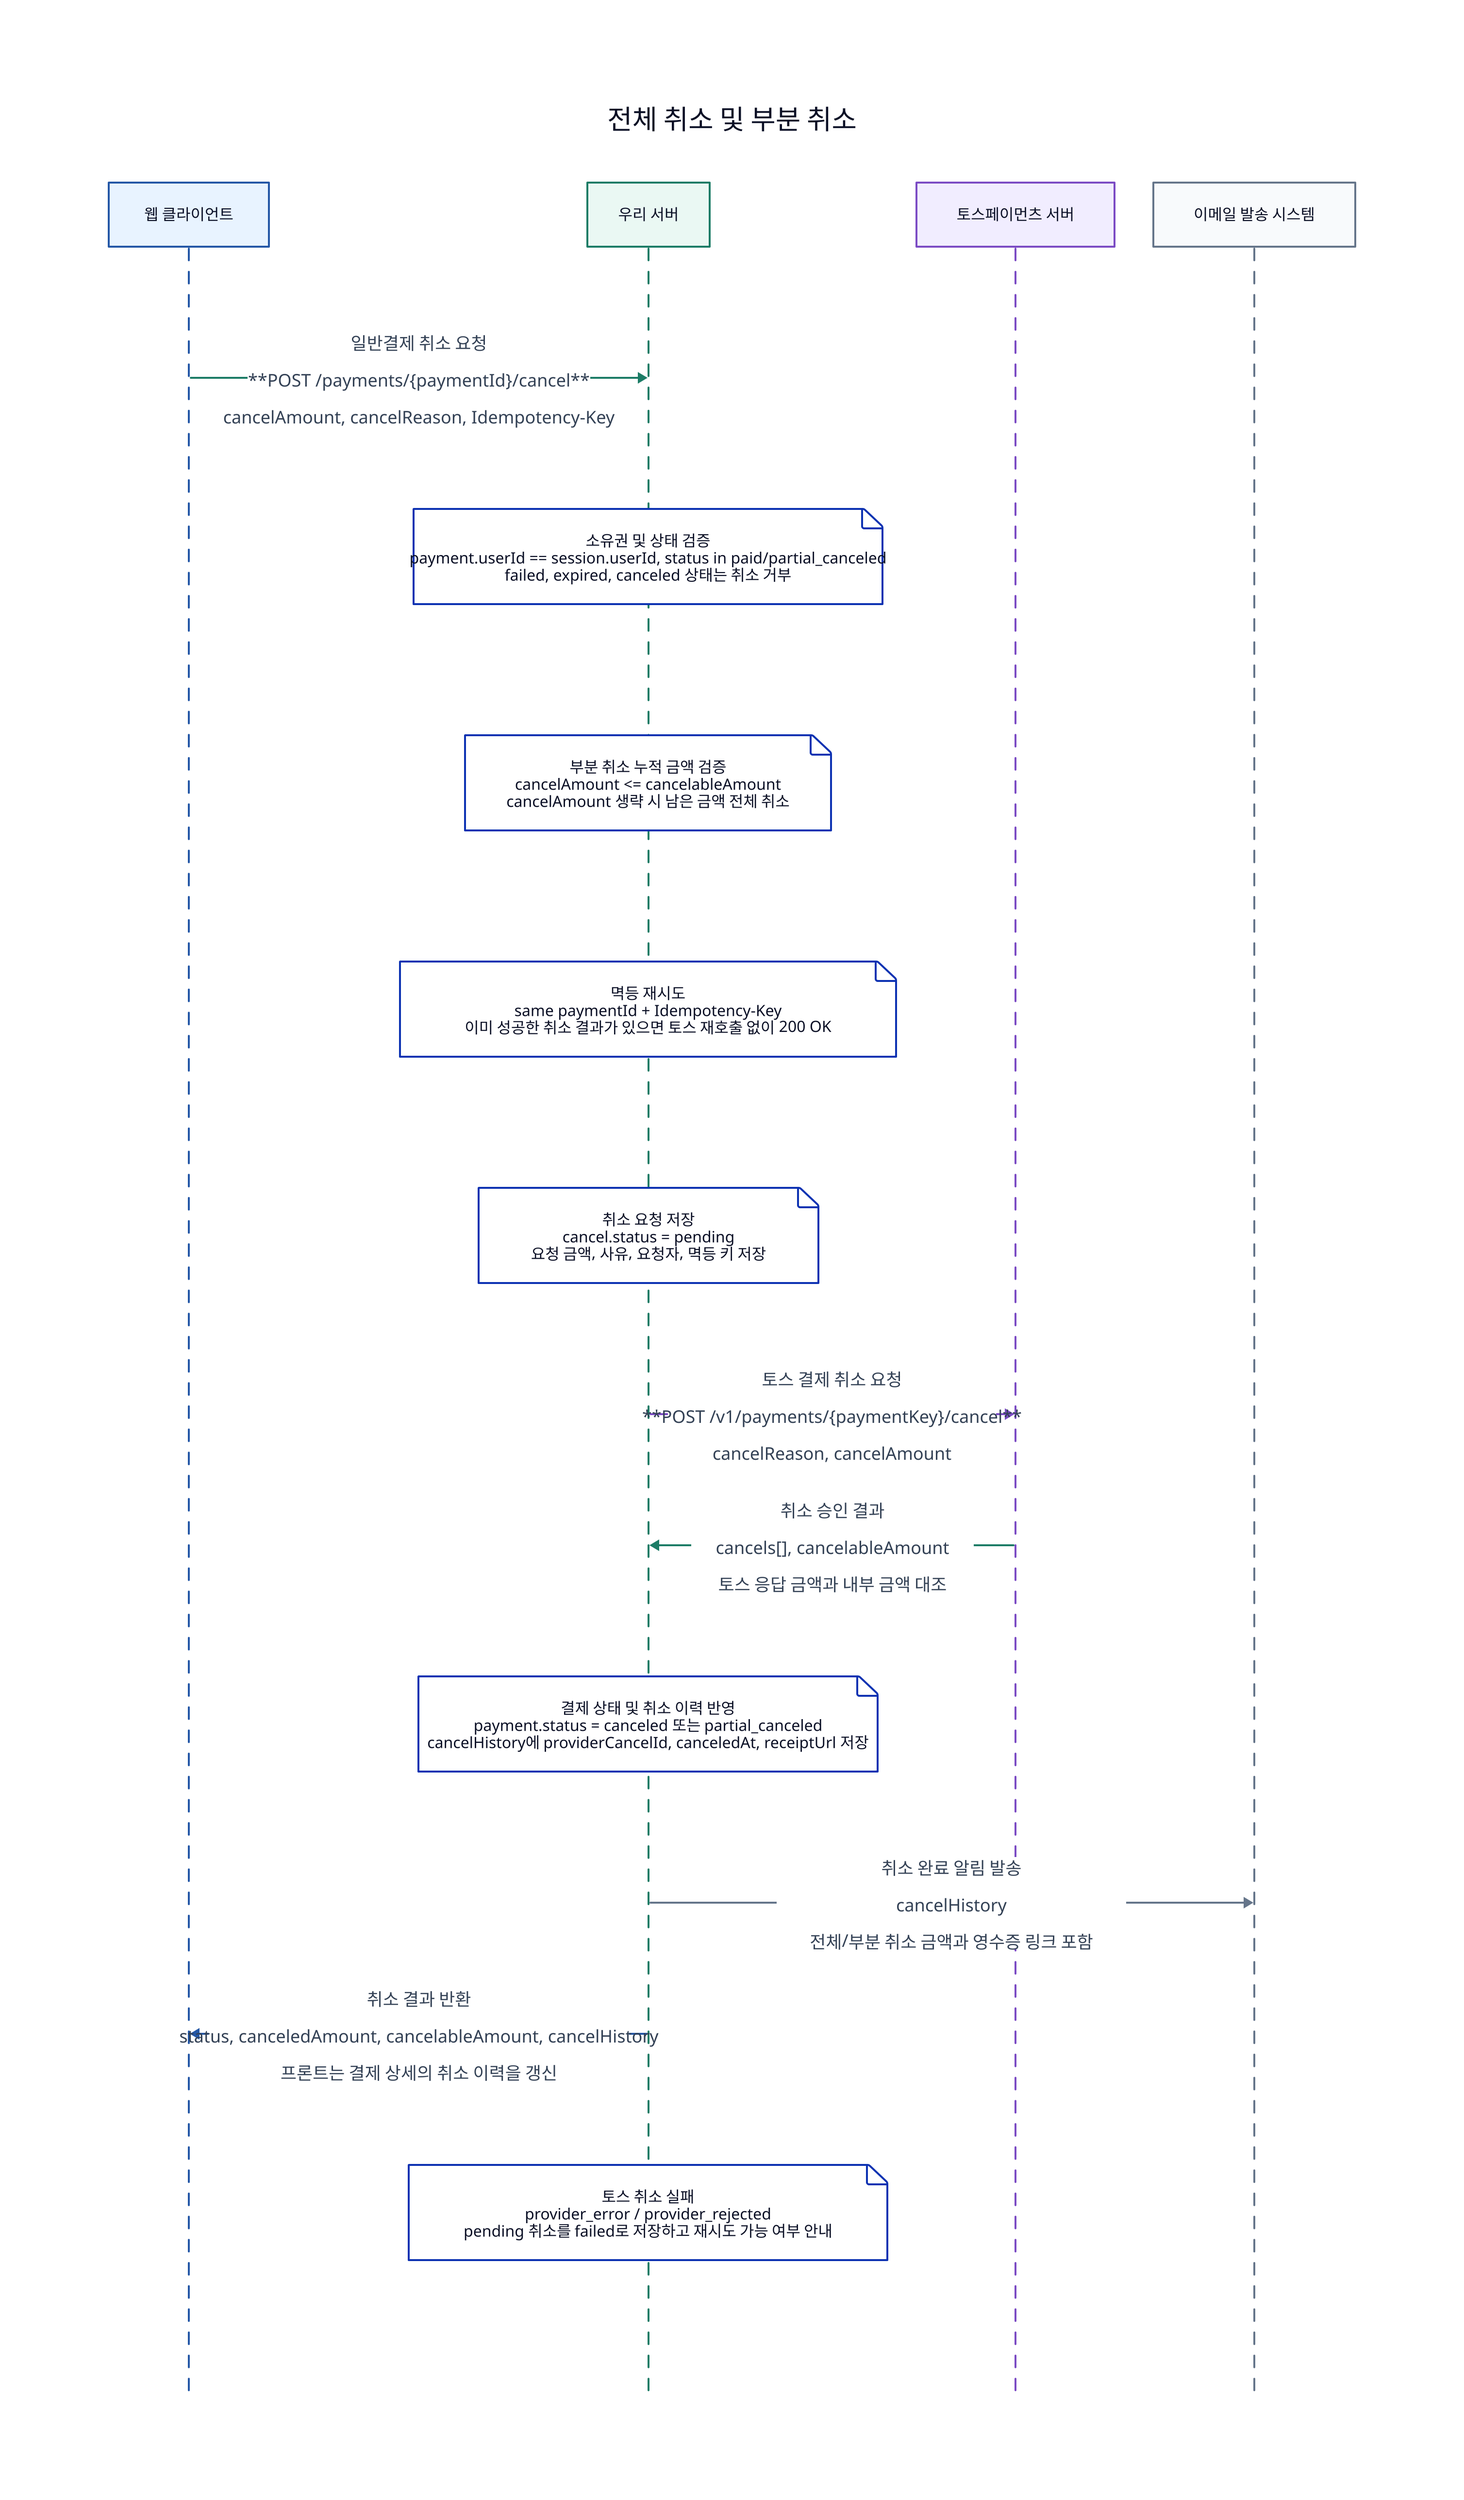
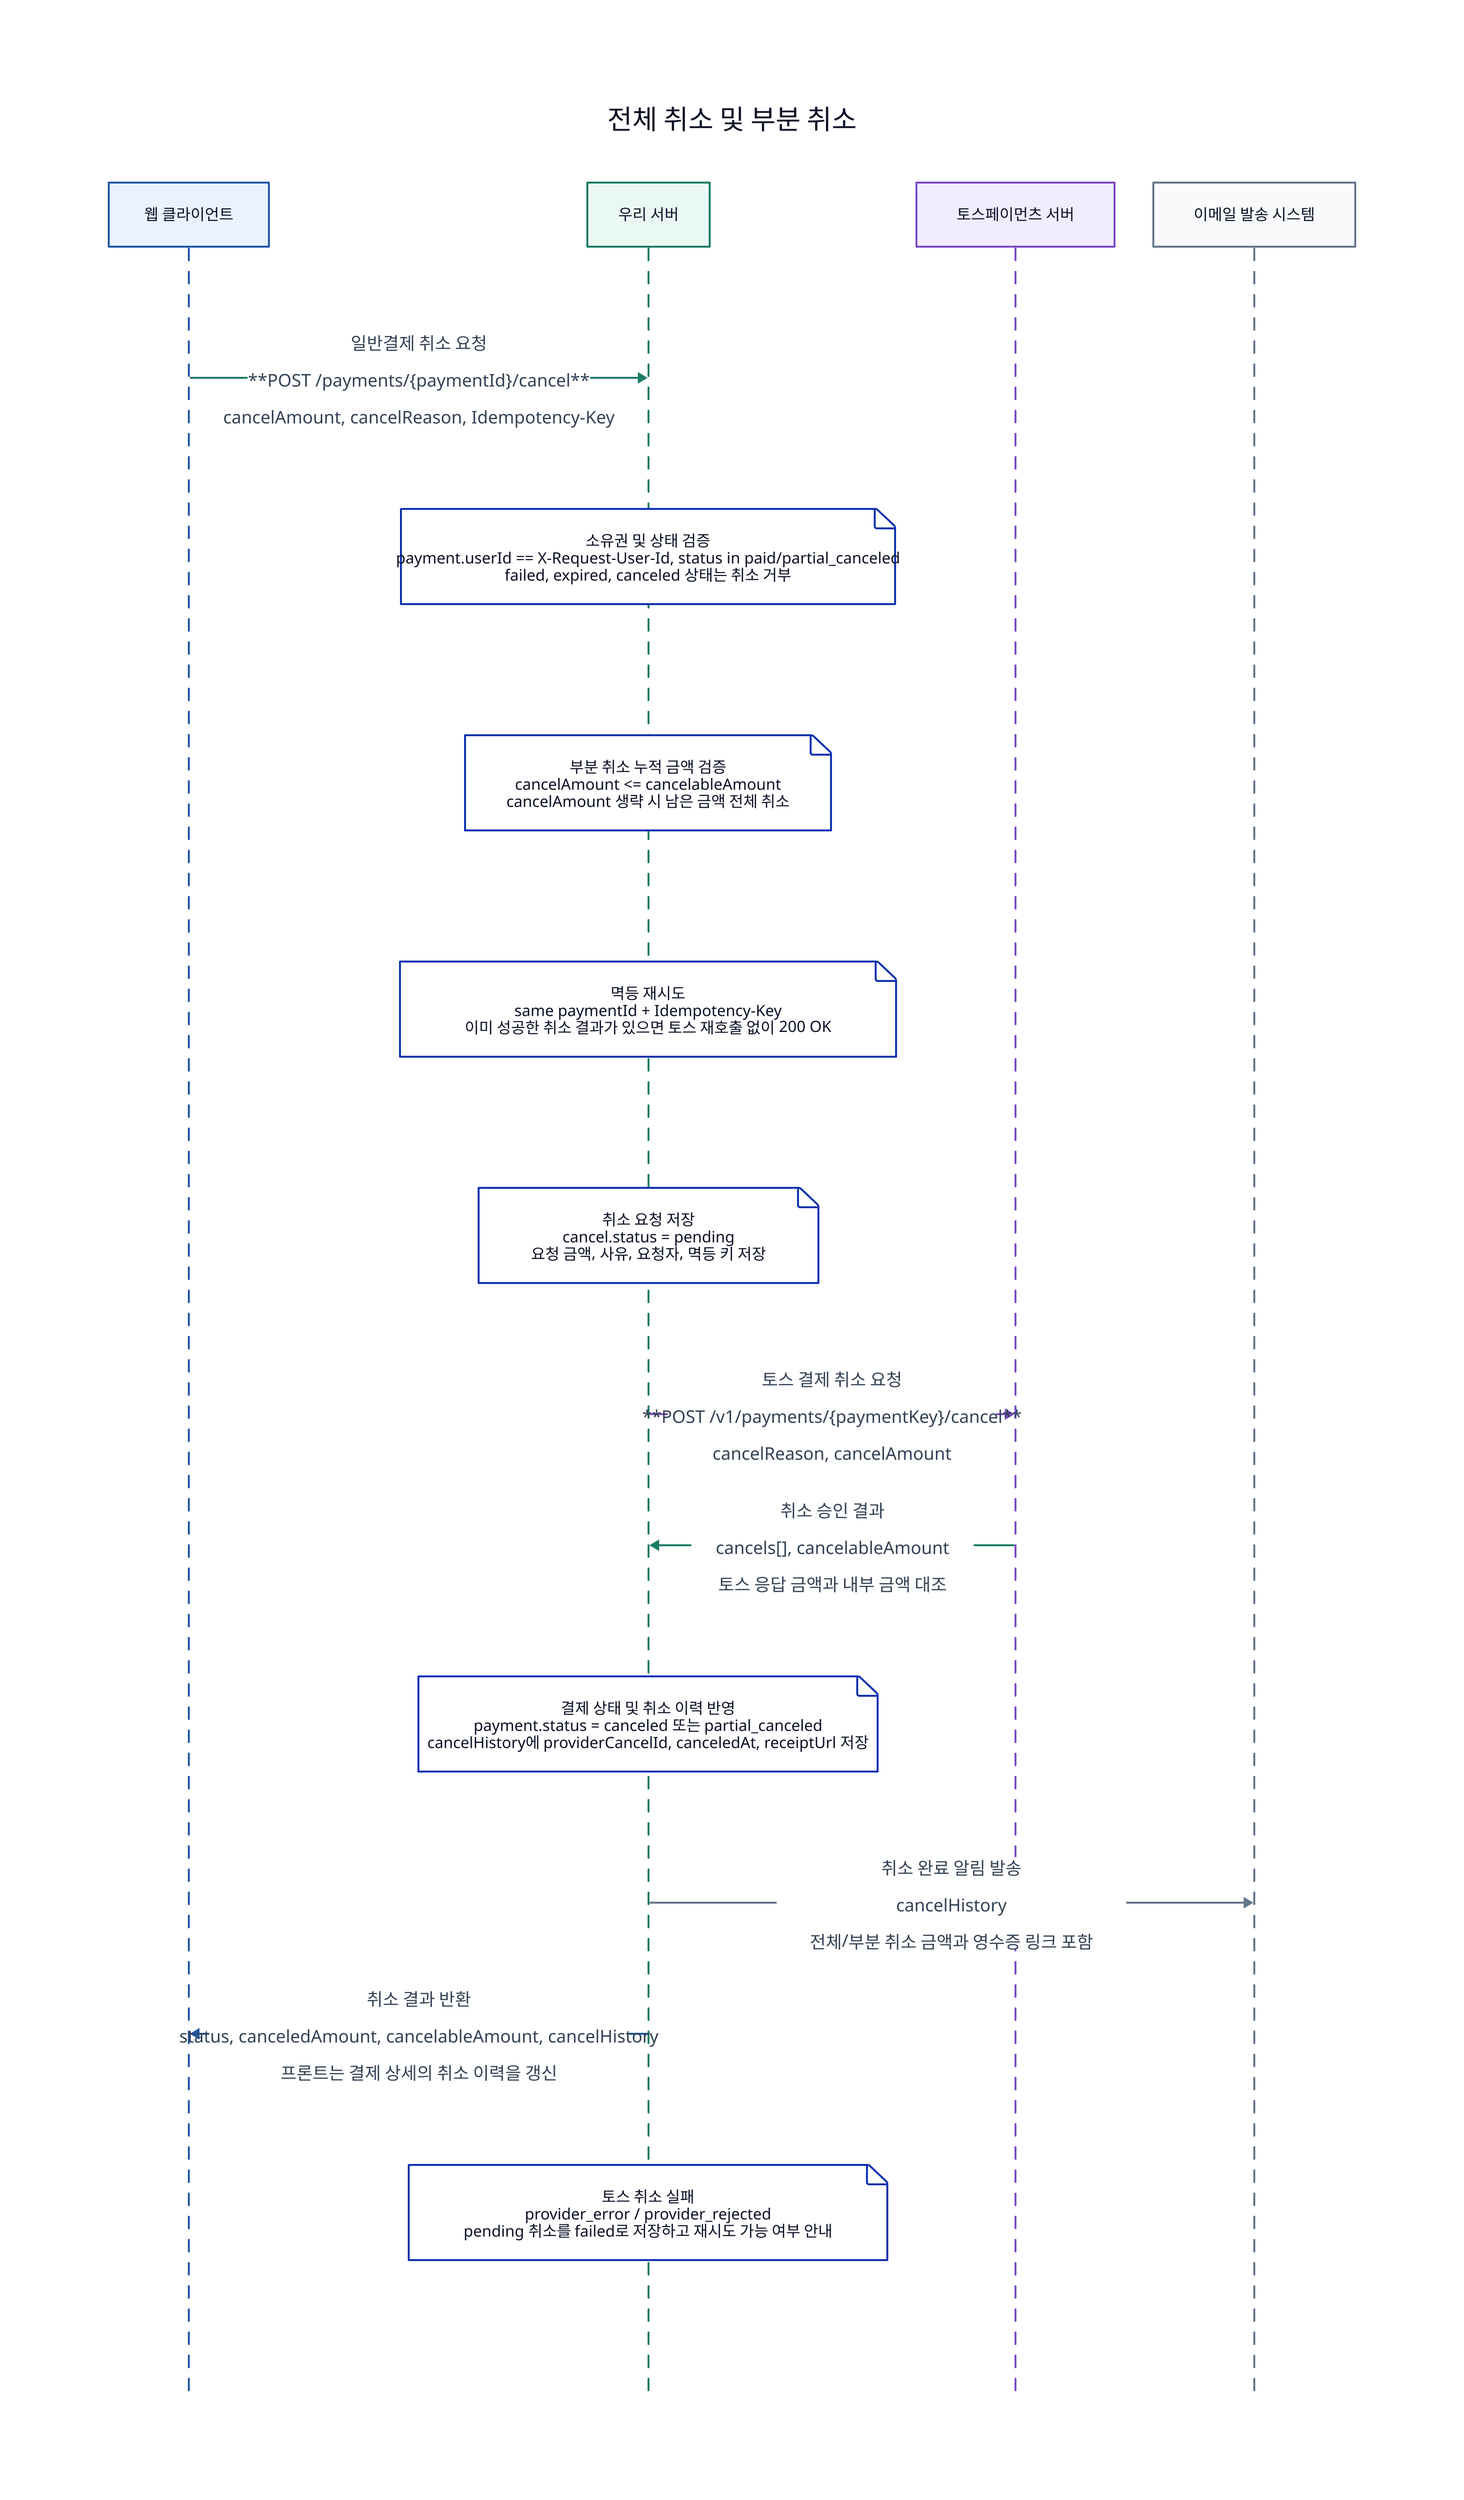
diagram: {
  shape: sequence_diagram
  label: "전체 취소 및 부분 취소"

  client: "웹 클라이언트"
  client.style.fill: "#e8f3ff"
  client.style.stroke: "#2457a6"
  server: "우리 서버"
  server.style.fill: "#eaf8f3"
  server.style.stroke: "#1c7c66"
  toss: "토스페이먼츠 서버"
  toss.style.fill: "#f1edff"
  toss.style.stroke: "#7b4bc4"
  email: "이메일 발송 시스템"
  email.style.fill: "#f8fafc"
  email.style.stroke: "#65758a"

  client -> server: |md
일반결제 취소 요청

**POST /payments/{paymentId}/cancel**

cancelAmount, cancelReason, Idempotency-Key
| {
    style.stroke: "#1c7c66"
    style.font-color: "#334155"
    style.font-size: 18
    style.italic: false
  }
-   server.note_2: "소유권 및 상태 검증\npayment.userId == session.userId, status in paid/partial_canceled\nfailed, expired, canceled 상태는 취소 거부"
+   server.note_2: "소유권 및 상태 검증\npayment.userId == X-Request-User-Id, status in paid/partial_canceled\nfailed, expired, canceled 상태는 취소 거부"
  server.note_3: "부분 취소 누적 금액 검증\ncancelAmount <= cancelableAmount\ncancelAmount 생략 시 남은 금액 전체 취소"
  server.note_4: "멱등 재시도\nsame paymentId + Idempotency-Key\n이미 성공한 취소 결과가 있으면 토스 재호출 없이 200 OK"
  server.note_5: "취소 요청 저장\ncancel.status = pending\n요청 금액, 사유, 요청자, 멱등 키 저장"
  server -> toss: |md
토스 결제 취소 요청

**POST /v1/payments/{paymentKey}/cancel**

cancelReason, cancelAmount
| {
    style.stroke: "#7b4bc4"
    style.font-color: "#334155"
    style.font-size: 18
    style.italic: false
  }
  toss -> server: |md
취소 승인 결과

cancels[], cancelableAmount

토스 응답 금액과 내부 금액 대조
| {
    style.stroke: "#1c7c66"
    style.font-color: "#334155"
    style.font-size: 18
    style.italic: false
  }
  server.note_8: "결제 상태 및 취소 이력 반영\npayment.status = canceled 또는 partial_canceled\ncancelHistory에 providerCancelId, canceledAt, receiptUrl 저장"
  server -> email: |md
취소 완료 알림 발송

cancelHistory

전체/부분 취소 금액과 영수증 링크 포함
| {
    style.stroke: "#65758a"
    style.font-color: "#334155"
    style.font-size: 18
    style.italic: false
  }
  server -> client: |md
취소 결과 반환

status, canceledAmount, cancelableAmount, cancelHistory

프론트는 결제 상세의 취소 이력을 갱신
| {
    style.stroke: "#2457a6"
    style.font-color: "#334155"
    style.font-size: 18
    style.italic: false
  }
  server.note_11: "토스 취소 실패\nprovider_error / provider_rejected\npending 취소를 failed로 저장하고 재시도 가능 여부 안내"
}
